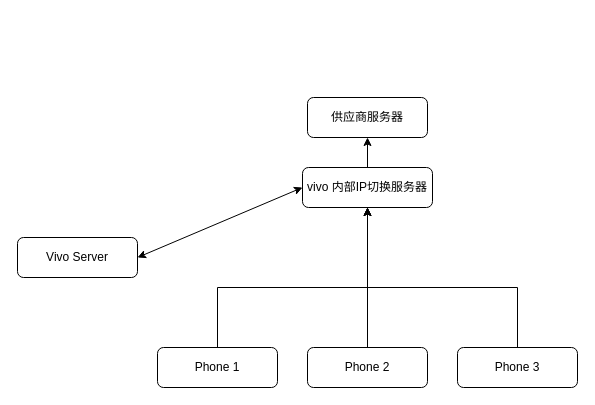
This is 网络架构.drawio from oujie123/PicFactory, a draw.io file, before an edit. Source tidied: cells renumbered, new cells numbered last; positions are measured from the earlier drawing's top-left corner, leaving out a move shared by most shapes. Both pictures are drawn from the tidied source at 100%, with x=0, y=0 at pixel (17, 97).
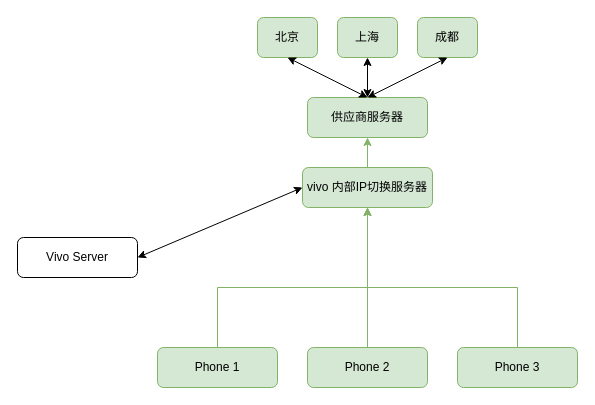
After the change.

Commit message (it also covers changes not shown here):
更新网络架构.drawio

Change to the diagram source:
```diff
@@
-    <mxCell id="2" style="edgeStyle=orthogonalEdgeStyle;rounded=0;jettySize=auto;html=1;entryX=0.5;entryY=1;entryDx=0;entryDy=0;" parent="1" edge="1" source="3" target="10">
+    <mxCell id="2" style="edgeStyle=orthogonalEdgeStyle;rounded=0;jettySize=auto;html=1;entryX=0.5;entryY=1;entryDx=0;entryDy=0;fillColor=#d5e8d4;strokeColor=#82b366;" parent="1" edge="1" source="3" target="10">
       <mxGeometry relative="1" as="geometry">
         <Array as="points">
           <mxPoint x="200" y="190" />
           <mxPoint x="350" y="190" />
         </Array>
       </mxGeometry>
     </mxCell>
-    <mxCell id="3" value="Phone 1" style="rounded=1;whiteSpace=wrap;html=1;fontSize=12;glass=0;strokeWidth=1;shadow=0;" parent="1" vertex="1">
+    <mxCell id="3" value="Phone 1" style="rounded=1;whiteSpace=wrap;html=1;fontSize=12;glass=0;strokeWidth=1;shadow=0;fillColor=#d5e8d4;strokeColor=#82b366;" parent="1" vertex="1">
       <mxGeometry x="140" y="250" width="120" height="40" as="geometry" />
     </mxCell>
-    <mxCell id="4" style="edgeStyle=orthogonalEdgeStyle;rounded=0;jettySize=auto;html=1;entryX=0.5;entryY=1;entryDx=0;entryDy=0;" parent="1" edge="1" source="5" target="10">
+    <mxCell id="4" style="edgeStyle=orthogonalEdgeStyle;rounded=0;jettySize=auto;html=1;entryX=0.5;entryY=1;entryDx=0;entryDy=0;fillColor=#d5e8d4;strokeColor=#82b366;" parent="1" edge="1" source="5" target="10">
       <mxGeometry relative="1" as="geometry" />
     </mxCell>
-    <mxCell id="5" value="Phone 2" style="rounded=1;whiteSpace=wrap;html=1;fontSize=12;glass=0;strokeWidth=1;shadow=0;" parent="1" vertex="1">
+    <mxCell id="5" value="Phone 2" style="rounded=1;whiteSpace=wrap;html=1;fontSize=12;glass=0;strokeWidth=1;shadow=0;fillColor=#d5e8d4;strokeColor=#82b366;" parent="1" vertex="1">
       <mxGeometry x="290" y="250" width="120" height="40" as="geometry" />
     </mxCell>
-    <mxCell id="6" style="edgeStyle=orthogonalEdgeStyle;rounded=0;jettySize=auto;html=1;entryX=0.5;entryY=1;entryDx=0;entryDy=0;" parent="1" edge="1" source="7" target="10">
+    <mxCell id="6" style="edgeStyle=orthogonalEdgeStyle;rounded=0;jettySize=auto;html=1;entryX=0.5;entryY=1;entryDx=0;entryDy=0;fillColor=#d5e8d4;strokeColor=#82b366;" parent="1" edge="1" source="7" target="10">
       <mxGeometry relative="1" as="geometry">
         <Array as="points">
           <mxPoint x="500" y="190" />
           <mxPoint x="350" y="190" />
         </Array>
       </mxGeometry>
     </mxCell>
-    <mxCell id="7" value="Phone 3" style="rounded=1;whiteSpace=wrap;html=1;fontSize=12;glass=0;strokeWidth=1;shadow=0;" parent="1" vertex="1">
+    <mxCell id="7" value="Phone 3" style="rounded=1;whiteSpace=wrap;html=1;fontSize=12;glass=0;strokeWidth=1;shadow=0;fillColor=#d5e8d4;strokeColor=#82b366;" parent="1" vertex="1">
       <mxGeometry x="440" y="250" width="120" height="40" as="geometry" />
     </mxCell>
@@
-    <mxCell id="9" style="edgeStyle=orthogonalEdgeStyle;rounded=0;jettySize=auto;html=1;entryX=0.5;entryY=1;entryDx=0;entryDy=0;" parent="1" edge="1" source="10" target="11">
+    <mxCell id="9" style="edgeStyle=orthogonalEdgeStyle;rounded=0;jettySize=auto;html=1;entryX=0.5;entryY=1;entryDx=0;entryDy=0;fillColor=#d5e8d4;strokeColor=#82b366;" parent="1" edge="1" source="10" target="11">
       <mxGeometry relative="1" as="geometry" />
     </mxCell>
-    <mxCell id="10" value="vivo 内部IP切换服务器" style="rounded=1;whiteSpace=wrap;html=1;fontSize=12;glass=0;strokeWidth=1;shadow=0;" parent="1" vertex="1">
+    <mxCell id="10" value="vivo 内部IP切换服务器" style="rounded=1;whiteSpace=wrap;html=1;fontSize=12;glass=0;strokeWidth=1;shadow=0;fillColor=#d5e8d4;strokeColor=#82b366;" parent="1" vertex="1">
       <mxGeometry x="285" y="70" width="130" height="40" as="geometry" />
     </mxCell>
-    <mxCell id="11" value="供应商服务器" style="rounded=1;whiteSpace=wrap;html=1;fontSize=12;glass=0;strokeWidth=1;shadow=0;" parent="1" vertex="1">
+    <mxCell id="11" value="供应商服务器" style="rounded=1;whiteSpace=wrap;html=1;fontSize=12;glass=0;strokeWidth=1;shadow=0;fillColor=#d5e8d4;strokeColor=#82b366;" parent="1" vertex="1">
       <mxGeometry x="290" width="120" height="40" as="geometry" />
     </mxCell>
@@
+    <mxCell id="13" value="北京" style="rounded=1;whiteSpace=wrap;html=1;fontSize=12;glass=0;strokeWidth=1;shadow=0;fillColor=#d5e8d4;strokeColor=#82b366;" parent="1" vertex="1">
+      <mxGeometry x="240" y="-80" width="60" height="40" as="geometry" />
+    </mxCell>
+    <mxCell id="14" value="上海" style="rounded=1;whiteSpace=wrap;html=1;fontSize=12;glass=0;strokeWidth=1;shadow=0;fillColor=#d5e8d4;strokeColor=#82b366;" parent="1" vertex="1">
+      <mxGeometry x="320" y="-80" width="60" height="40" as="geometry" />
+    </mxCell>
+    <mxCell id="15" value="成都" style="rounded=1;whiteSpace=wrap;html=1;fontSize=12;glass=0;strokeWidth=1;shadow=0;fillColor=#d5e8d4;strokeColor=#82b366;" parent="1" vertex="1">
+      <mxGeometry x="400" y="-80" width="60" height="40" as="geometry" />
+    </mxCell>
+    <mxCell id="16" style="endArrow=classic;startArrow=classic;html=1;rounded=0;exitX=0.5;exitY=0;exitDx=0;exitDy=0;" parent="1" edge="1" source="11">
+      <mxGeometry relative="1" as="geometry">
+        <mxPoint x="430" y="-40" as="targetPoint" />
+      </mxGeometry>
+    </mxCell>
+    <mxCell id="17" style="endArrow=classic;startArrow=classic;html=1;rounded=0;exitX=0.5;exitY=0;exitDx=0;exitDy=0;entryX=0.5;entryY=1;entryDx=0;entryDy=0;" parent="1" edge="1" source="11" target="14">
+      <mxGeometry relative="1" as="geometry" />
+    </mxCell>
+    <mxCell id="18" style="endArrow=classic;startArrow=classic;html=1;rounded=0;entryX=0.5;entryY=1;entryDx=0;entryDy=0;" parent="1" edge="1" target="13">
+      <mxGeometry relative="1" as="geometry">
+        <mxPoint x="350" as="sourcePoint" />
+      </mxGeometry>
+    </mxCell>
```
